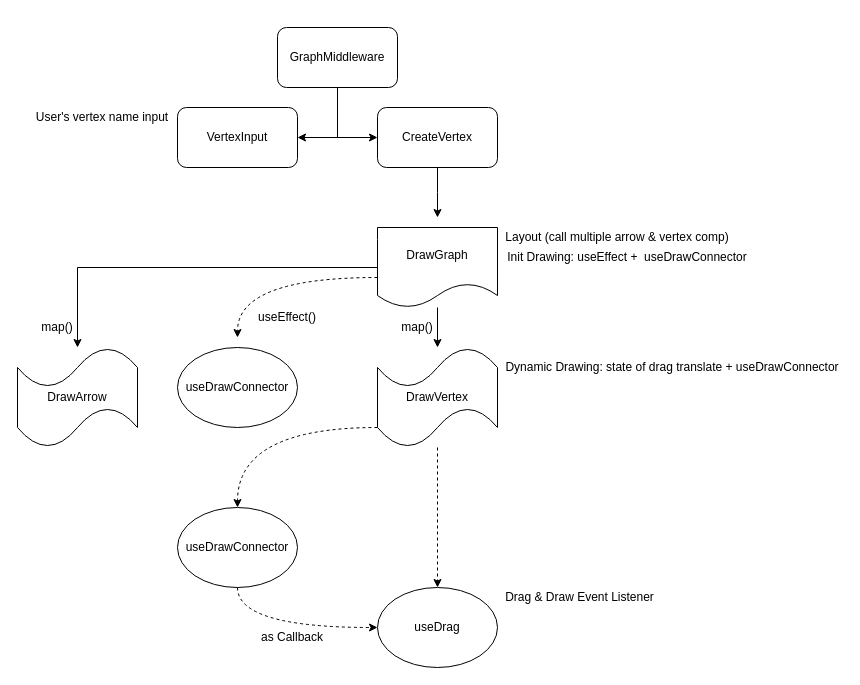
Earlier version of the draw.io diagram dag_graph.drawio (benson00077/dag_graph). Source tidied: cells renumbered, new cells numbered last; positions are measured from the earlier drawing's top-left corner, leaving out a move shared by most shapes. Both pictures are drawn from the tidied source at 100%, with x=0, y=0 at pixel (17, 27).
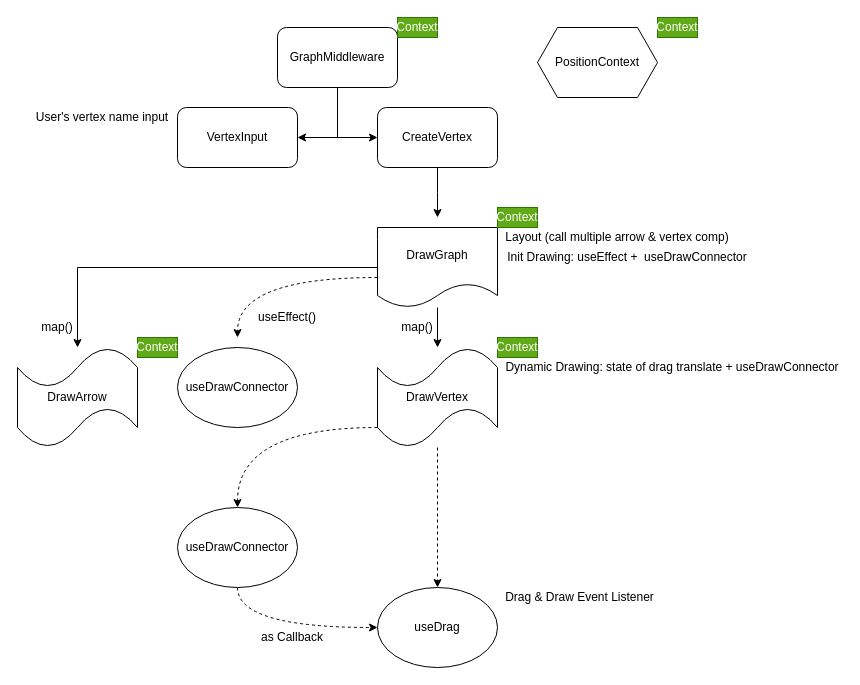
After the change.

Diff of the diagram source:
```diff
@@
+    <mxCell id="29" value="PositionContext" style="shape=hexagon;perimeter=hexagonPerimeter2;whiteSpace=wrap;html=1;fixedSize=1;" parent="1" vertex="1">
+      <mxGeometry x="520" width="120" height="70" as="geometry" />
+    </mxCell>
+    <mxCell id="30" value="Context" style="text;html=1;strokeColor=#2D7600;fillColor=#60a917;align=center;verticalAlign=middle;whiteSpace=wrap;rounded=0;fontColor=#ffffff;" parent="1" vertex="1">
+      <mxGeometry x="640" y="-10" width="40" height="20" as="geometry" />
+    </mxCell>
+    <mxCell id="31" value="Context" style="text;html=1;strokeColor=#2D7600;fillColor=#60a917;align=center;verticalAlign=middle;whiteSpace=wrap;rounded=0;fontColor=#ffffff;" parent="1" vertex="1">
+      <mxGeometry x="380" y="-10" width="40" height="20" as="geometry" />
+    </mxCell>
+    <mxCell id="32" value="Context" style="text;html=1;strokeColor=#2D7600;fillColor=#60a917;align=center;verticalAlign=middle;whiteSpace=wrap;rounded=0;fontColor=#ffffff;" parent="1" vertex="1">
+      <mxGeometry x="480" y="310" width="40" height="20" as="geometry" />
+    </mxCell>
+    <mxCell id="33" value="Context" style="text;html=1;strokeColor=#2D7600;fillColor=#60a917;align=center;verticalAlign=middle;whiteSpace=wrap;rounded=0;fontColor=#ffffff;" parent="1" vertex="1">
+      <mxGeometry x="480" y="180" width="40" height="20" as="geometry" />
+    </mxCell>
+    <mxCell id="34" value="Context" style="text;html=1;strokeColor=#2D7600;fillColor=#60a917;align=center;verticalAlign=middle;whiteSpace=wrap;rounded=0;fontColor=#ffffff;" parent="1" vertex="1">
+      <mxGeometry x="120" y="310" width="40" height="20" as="geometry" />
+    </mxCell>
```
